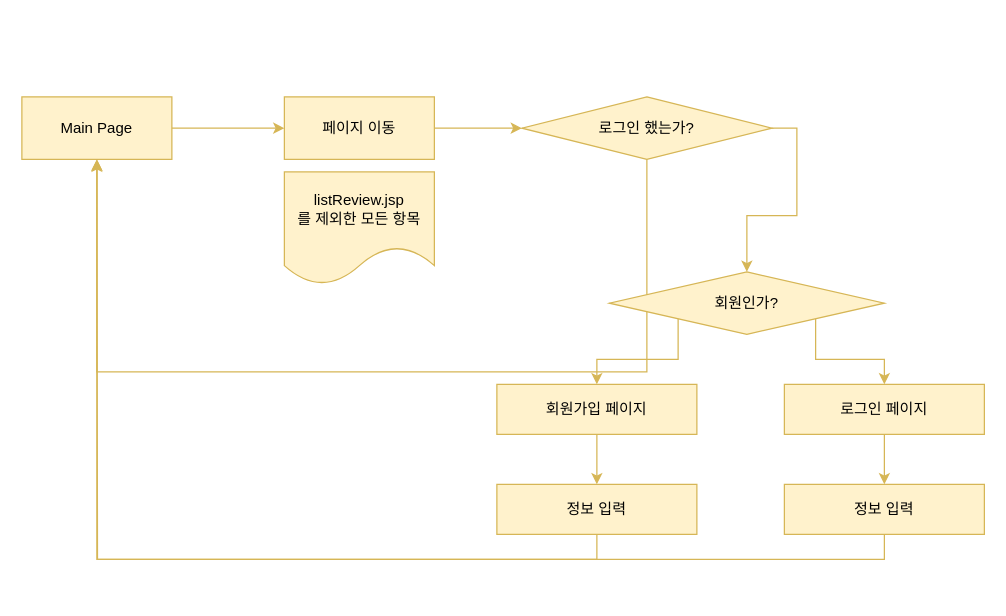
yuzuin/TellyChatter keeps this draw.io diagram as Untitled Diagram.drawio. Above is the earlier version. Source tidied: cells renumbered, new cells numbered last; positions are measured from the earlier drawing's top-left corner, leaving out a move shared by most shapes. Both pictures are drawn from the tidied source at 125%, with x=0, y=0 at pixel (21, 96).
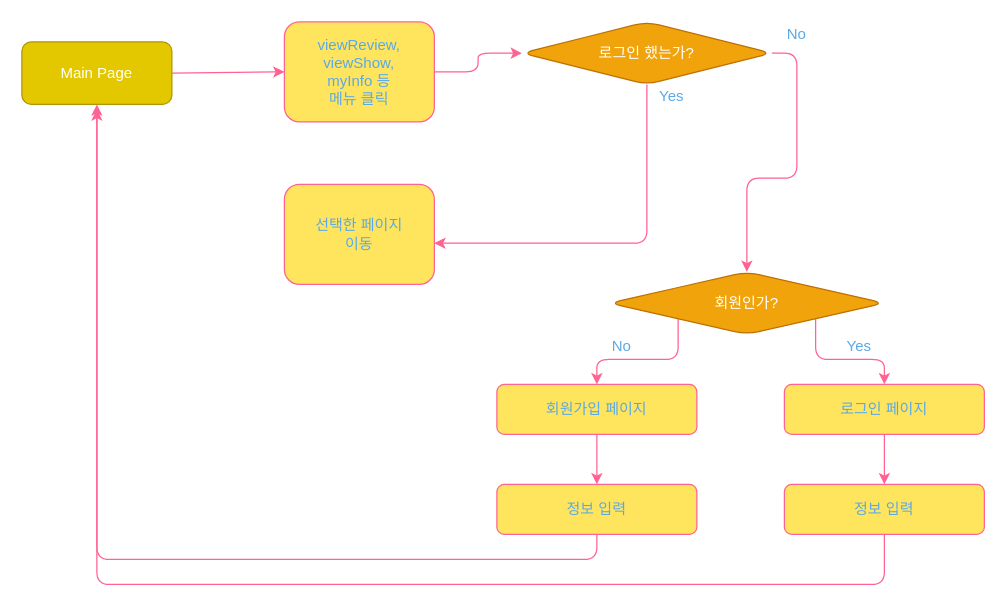
The same page after the edit.

Diff of the diagram source:
```diff
@@
-<mxGraphModel background="#ffffff">
+<mxGraphModel>
@@
-    <mxCell id="2" value="Main Page" style="rounded=0;whiteSpace=wrap;html=1;fillColor=#fff2cc;strokeColor=#d6b656;" parent="1" vertex="1">
-      <mxGeometry width="120" height="50" as="geometry" />
+    <mxCell id="2" value="Main Page" style="whiteSpace=wrap;html=1;fillColor=#e3c800;strokeColor=#B09500;fontColor=#ffffff;rounded=1;" parent="1" vertex="1">
+      <mxGeometry y="-44" width="120" height="50" as="geometry" />
     </mxCell>
-    <mxCell id="3" style="edgeStyle=orthogonalEdgeStyle;rounded=0;jettySize=auto;html=1;exitX=1;exitY=0.5;exitDx=0;exitDy=0;entryX=0;entryY=0.5;entryDx=0;entryDy=0;fillColor=#fff2cc;strokeColor=#d6b656;" parent="1" edge="1" source="4" target="7">
+    <mxCell id="3" style="edgeStyle=orthogonalEdgeStyle;jettySize=auto;html=1;exitX=1;exitY=0.5;exitDx=0;exitDy=0;entryX=0;entryY=0.5;entryDx=0;entryDy=0;fillColor=#FFE45E;strokeColor=#FF6392;fontColor=#5AA9E6;" parent="1" edge="1" source="4" target="7">
       <mxGeometry relative="1" as="geometry" />
     </mxCell>
-    <mxCell id="4" value="페이지 이동" style="rounded=0;whiteSpace=wrap;html=1;fillColor=#fff2cc;strokeColor=#d6b656;" parent="1" vertex="1">
-      <mxGeometry x="210" width="120" height="50" as="geometry" />
+    <mxCell id="4" value="viewReview,&lt;br&gt;viewShow,&lt;br&gt;myInfo 등&lt;br&gt;메뉴 클릭" style="whiteSpace=wrap;html=1;fillColor=#FFE45E;strokeColor=#FF6392;fontColor=#5AA9E6;rounded=1;" parent="1" vertex="1">
+      <mxGeometry x="210" y="-60" width="120" height="80" as="geometry" />
     </mxCell>
-    <mxCell id="5" style="edgeStyle=orthogonalEdgeStyle;rounded=0;jettySize=auto;html=1;exitX=1;exitY=0.5;exitDx=0;exitDy=0;entryX=0.5;entryY=0;entryDx=0;entryDy=0;fillColor=#fff2cc;strokeColor=#d6b656;" parent="1" edge="1" source="7" target="11">
+    <mxCell id="5" style="edgeStyle=orthogonalEdgeStyle;jettySize=auto;html=1;exitX=1;exitY=0.5;exitDx=0;exitDy=0;entryX=0.5;entryY=0;entryDx=0;entryDy=0;fillColor=#FFE45E;strokeColor=#FF6392;fontColor=#5AA9E6;" parent="1" edge="1" source="7" target="11">
       <mxGeometry relative="1" as="geometry" />
     </mxCell>
-    <mxCell id="6" style="edgeStyle=orthogonalEdgeStyle;rounded=0;jettySize=auto;html=1;exitX=0.5;exitY=1;exitDx=0;exitDy=0;entryX=0.5;entryY=1;entryDx=0;entryDy=0;fillColor=#fff2cc;strokeColor=#d6b656;" parent="1" edge="1" source="7" target="2">
-      <mxGeometry relative="1" as="geometry">
-        <Array as="points">
-          <mxPoint x="500" y="220" />
-          <mxPoint x="60" y="220" />
-        </Array>
-      </mxGeometry>
-    </mxCell>
+    <mxCell id="21" style="edgeStyle=orthogonalEdgeStyle;curved=0;rounded=1;sketch=0;jettySize=auto;html=1;entryX=1;entryY=0.588;entryDx=0;entryDy=0;entryPerimeter=0;strokeColor=#FF6392;fillColor=#FFE45E;fontColor=#5AA9E6;" parent="1" edge="1" source="7" target="26">
+      <mxGeometry relative="1" as="geometry">
+        <Array as="points">
+          <mxPoint x="500" y="117" />
+        </Array>
+      </mxGeometry>
+    </mxCell>
-    <mxCell id="7" value="로그인 했는가?" style="rhombus;whiteSpace=wrap;html=1;fillColor=#fff2cc;strokeColor=#d6b656;" parent="1" vertex="1">
-      <mxGeometry x="400" width="200" height="50" as="geometry" />
+    <mxCell id="7" value="로그인 했는가?" style="rhombus;whiteSpace=wrap;html=1;fillColor=#f0a30a;strokeColor=#BD7000;rounded=1;fontColor=#ffffff;" parent="1" vertex="1">
+      <mxGeometry x="400" y="-60" width="200" height="50" as="geometry" />
     </mxCell>
-    <mxCell id="8" style="endArrow=classic;html=1;exitX=1;exitY=0.5;exitDx=0;exitDy=0;entryX=0;entryY=0.5;entryDx=0;entryDy=0;fillColor=#fff2cc;strokeColor=#d6b656;" parent="1" edge="1" source="2" target="4">
+    <mxCell id="8" style="endArrow=classic;html=1;exitX=1;exitY=0.5;exitDx=0;exitDy=0;entryX=0;entryY=0.5;entryDx=0;entryDy=0;fillColor=#FFE45E;strokeColor=#FF6392;fontColor=#5AA9E6;" parent="1" edge="1" source="2" target="4">
       <mxGeometry relative="1" as="geometry" />
     </mxCell>
-    <mxCell id="9" style="edgeStyle=orthogonalEdgeStyle;rounded=0;jettySize=auto;html=1;exitX=0;exitY=1;exitDx=0;exitDy=0;fillColor=#fff2cc;strokeColor=#d6b656;" parent="1" edge="1" source="11" target="13">
+    <mxCell id="9" style="edgeStyle=orthogonalEdgeStyle;jettySize=auto;html=1;exitX=0;exitY=1;exitDx=0;exitDy=0;fillColor=#FFE45E;strokeColor=#FF6392;fontColor=#5AA9E6;" parent="1" edge="1" source="11" target="13">
       <mxGeometry relative="1" as="geometry" />
     </mxCell>
-    <mxCell id="10" style="edgeStyle=orthogonalEdgeStyle;rounded=0;jettySize=auto;html=1;exitX=1;exitY=1;exitDx=0;exitDy=0;entryX=0.5;entryY=0;entryDx=0;entryDy=0;fillColor=#fff2cc;strokeColor=#d6b656;" parent="1" edge="1" source="11" target="15">
+    <mxCell id="10" style="edgeStyle=orthogonalEdgeStyle;jettySize=auto;html=1;exitX=1;exitY=1;exitDx=0;exitDy=0;entryX=0.5;entryY=0;entryDx=0;entryDy=0;fillColor=#FFE45E;strokeColor=#FF6392;fontColor=#5AA9E6;" parent="1" edge="1" source="11" target="15">
       <mxGeometry relative="1" as="geometry" />
     </mxCell>
-    <mxCell id="11" value="회원인가?" style="rhombus;whiteSpace=wrap;html=1;fillColor=#fff2cc;strokeColor=#d6b656;" parent="1" vertex="1">
+    <mxCell id="11" value="회원인가?" style="rhombus;whiteSpace=wrap;html=1;fillColor=#f0a30a;strokeColor=#BD7000;rounded=1;fontColor=#ffffff;" parent="1" vertex="1">
       <mxGeometry x="470" y="140" width="220" height="50" as="geometry" />
     </mxCell>
-    <mxCell id="12" style="edgeStyle=orthogonalEdgeStyle;rounded=0;jettySize=auto;html=1;exitX=0.5;exitY=1;exitDx=0;exitDy=0;entryX=0.5;entryY=0;entryDx=0;entryDy=0;fillColor=#fff2cc;strokeColor=#d6b656;" parent="1" edge="1" source="13" target="17">
+    <mxCell id="12" style="edgeStyle=orthogonalEdgeStyle;jettySize=auto;html=1;exitX=0.5;exitY=1;exitDx=0;exitDy=0;entryX=0.5;entryY=0;entryDx=0;entryDy=0;fillColor=#FFE45E;strokeColor=#FF6392;fontColor=#5AA9E6;" parent="1" edge="1" source="13" target="17">
       <mxGeometry relative="1" as="geometry" />
     </mxCell>
-    <mxCell id="13" value="회원가입 페이지" style="rounded=0;whiteSpace=wrap;html=1;fillColor=#fff2cc;strokeColor=#d6b656;" parent="1" vertex="1">
+    <mxCell id="13" value="회원가입 페이지" style="whiteSpace=wrap;html=1;fillColor=#FFE45E;strokeColor=#FF6392;fontColor=#5AA9E6;rounded=1;" parent="1" vertex="1">
       <mxGeometry x="380" y="230" width="160" height="40" as="geometry" />
     </mxCell>
-    <mxCell id="14" style="edgeStyle=orthogonalEdgeStyle;rounded=0;jettySize=auto;html=1;exitX=0.5;exitY=1;exitDx=0;exitDy=0;entryX=0.5;entryY=0;entryDx=0;entryDy=0;fillColor=#fff2cc;strokeColor=#d6b656;" parent="1" edge="1" source="15" target="19">
+    <mxCell id="14" style="edgeStyle=orthogonalEdgeStyle;jettySize=auto;html=1;exitX=0.5;exitY=1;exitDx=0;exitDy=0;entryX=0.5;entryY=0;entryDx=0;entryDy=0;fillColor=#FFE45E;strokeColor=#FF6392;fontColor=#5AA9E6;" parent="1" edge="1" source="15" target="19">
       <mxGeometry relative="1" as="geometry" />
     </mxCell>
-    <mxCell id="15" value="로그인 페이지" style="rounded=0;whiteSpace=wrap;html=1;fillColor=#fff2cc;strokeColor=#d6b656;" parent="1" vertex="1">
+    <mxCell id="15" value="로그인 페이지" style="whiteSpace=wrap;html=1;fillColor=#FFE45E;strokeColor=#FF6392;fontColor=#5AA9E6;rounded=1;" parent="1" vertex="1">
       <mxGeometry x="610" y="230" width="160" height="40" as="geometry" />
     </mxCell>
-    <mxCell id="16" style="edgeStyle=orthogonalEdgeStyle;rounded=0;jettySize=auto;html=1;exitX=0.5;exitY=1;exitDx=0;exitDy=0;entryX=0.5;entryY=1;entryDx=0;entryDy=0;fillColor=#fff2cc;strokeColor=#d6b656;" parent="1" edge="1" source="17" target="2">
+    <mxCell id="16" style="edgeStyle=orthogonalEdgeStyle;jettySize=auto;html=1;exitX=0.5;exitY=1;exitDx=0;exitDy=0;entryX=0.5;entryY=1;entryDx=0;entryDy=0;fillColor=#FFE45E;strokeColor=#FF6392;fontColor=#5AA9E6;" parent="1" edge="1" source="17" target="2">
       <mxGeometry relative="1" as="geometry" />
     </mxCell>
-    <mxCell id="17" value="정보 입력" style="rounded=0;whiteSpace=wrap;html=1;fillColor=#fff2cc;strokeColor=#d6b656;" parent="1" vertex="1">
+    <mxCell id="17" value="정보 입력" style="whiteSpace=wrap;html=1;fillColor=#FFE45E;strokeColor=#FF6392;fontColor=#5AA9E6;rounded=1;" parent="1" vertex="1">
       <mxGeometry x="380" y="310" width="160" height="40" as="geometry" />
     </mxCell>
-    <mxCell id="18" style="edgeStyle=orthogonalEdgeStyle;rounded=0;jettySize=auto;html=1;exitX=0.5;exitY=1;exitDx=0;exitDy=0;fillColor=#fff2cc;strokeColor=#d6b656;" parent="1" edge="1" source="19">
+    <mxCell id="18" style="edgeStyle=orthogonalEdgeStyle;jettySize=auto;html=1;exitX=0.5;exitY=1;exitDx=0;exitDy=0;fillColor=#FFE45E;strokeColor=#FF6392;fontColor=#5AA9E6;" parent="1" edge="1" source="19">
       <mxGeometry relative="1" as="geometry">
-        <mxPoint x="60" y="51" as="targetPoint" />
+        <mxPoint x="60" y="10" as="targetPoint" />
+        <Array as="points">
+          <mxPoint x="690" y="390" />
+          <mxPoint x="60" y="390" />
+        </Array>
       </mxGeometry>
     </mxCell>
-    <mxCell id="19" value="정보 입력" style="rounded=0;whiteSpace=wrap;html=1;fillColor=#fff2cc;strokeColor=#d6b656;" parent="1" vertex="1">
+    <mxCell id="19" value="정보 입력" style="whiteSpace=wrap;html=1;fillColor=#FFE45E;strokeColor=#FF6392;fontColor=#5AA9E6;rounded=1;" parent="1" vertex="1">
       <mxGeometry x="610" y="310" width="160" height="40" as="geometry" />
     </mxCell>
-    <mxCell id="20" value="listReview.jsp&lt;br&gt;를 제외한 모든 항목" style="shape=document;whiteSpace=wrap;html=1;boundedLbl=1;size=0.3333333333333333;fillColor=#fff2cc;strokeColor=#d6b656;" parent="1" vertex="1">
-      <mxGeometry x="210" y="60" width="120" height="90" as="geometry" />
-    </mxCell>
+    <mxCell id="22" value="Yes" style="text;html=1;strokeColor=none;fillColor=none;align=center;verticalAlign=middle;whiteSpace=wrap;rounded=0;sketch=0;fontColor=#5AA9E6;" parent="1" vertex="1">
+      <mxGeometry x="500" y="-10" width="40" height="20" as="geometry" />
+    </mxCell>
+    <mxCell id="23" value="No" style="text;html=1;strokeColor=none;fillColor=none;align=center;verticalAlign=middle;whiteSpace=wrap;rounded=0;sketch=0;fontColor=#5AA9E6;" parent="1" vertex="1">
+      <mxGeometry x="600" y="-60" width="40" height="20" as="geometry" />
+    </mxCell>
+    <mxCell id="24" value="No" style="text;html=1;strokeColor=none;fillColor=none;align=center;verticalAlign=middle;whiteSpace=wrap;rounded=0;sketch=0;fontColor=#5AA9E6;" parent="1" vertex="1">
+      <mxGeometry x="460" y="190" width="40" height="20" as="geometry" />
+    </mxCell>
+    <mxCell id="25" value="Yes" style="text;html=1;strokeColor=none;fillColor=none;align=center;verticalAlign=middle;whiteSpace=wrap;rounded=0;sketch=0;fontColor=#5AA9E6;" parent="1" vertex="1">
+      <mxGeometry x="650" y="190" width="40" height="20" as="geometry" />
+    </mxCell>
+    <mxCell id="26" value="선택한 페이지&lt;br&gt;이동" style="whiteSpace=wrap;html=1;fillColor=#FFE45E;strokeColor=#FF6392;fontColor=#5AA9E6;rounded=1;" parent="1" vertex="1">
+      <mxGeometry x="210" y="70" width="120" height="80" as="geometry" />
+    </mxCell>
```
